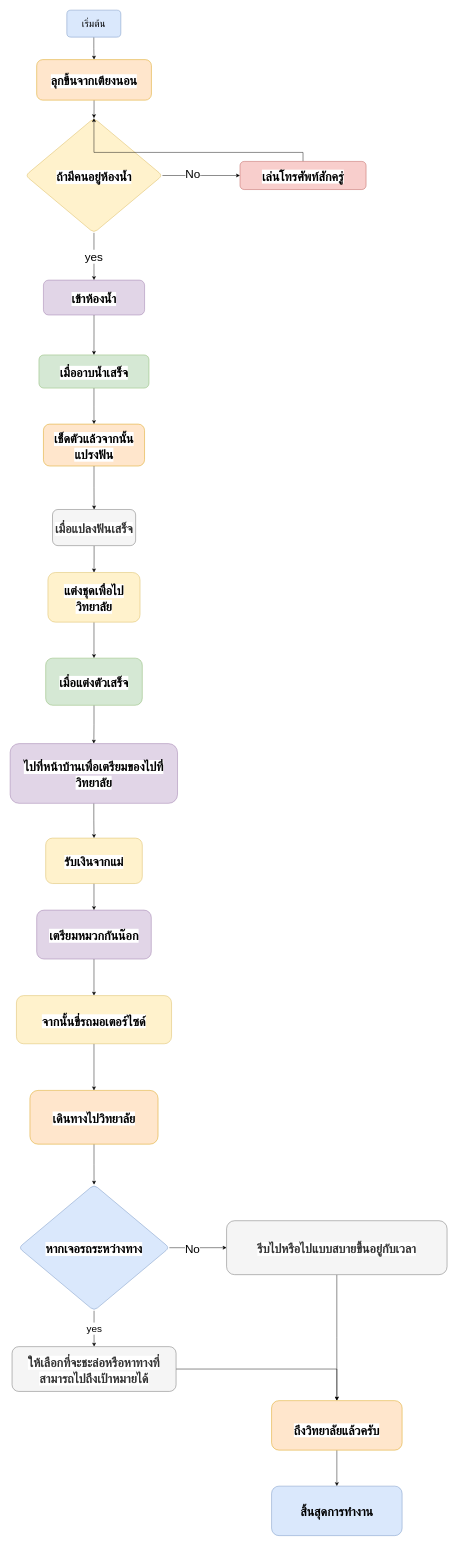
Before: กิจกรรมที่1.drawio in yauyau-codercamp/Natawat_Renusin, a draw.io diagram. Source tidied: cells renumbered, new cells numbered last; positions are measured from the earlier drawing's top-left corner, leaving out a move shared by most shapes. Both pictures are drawn from the tidied source at 45%, with x=0, y=0 at pixel (10, 10).
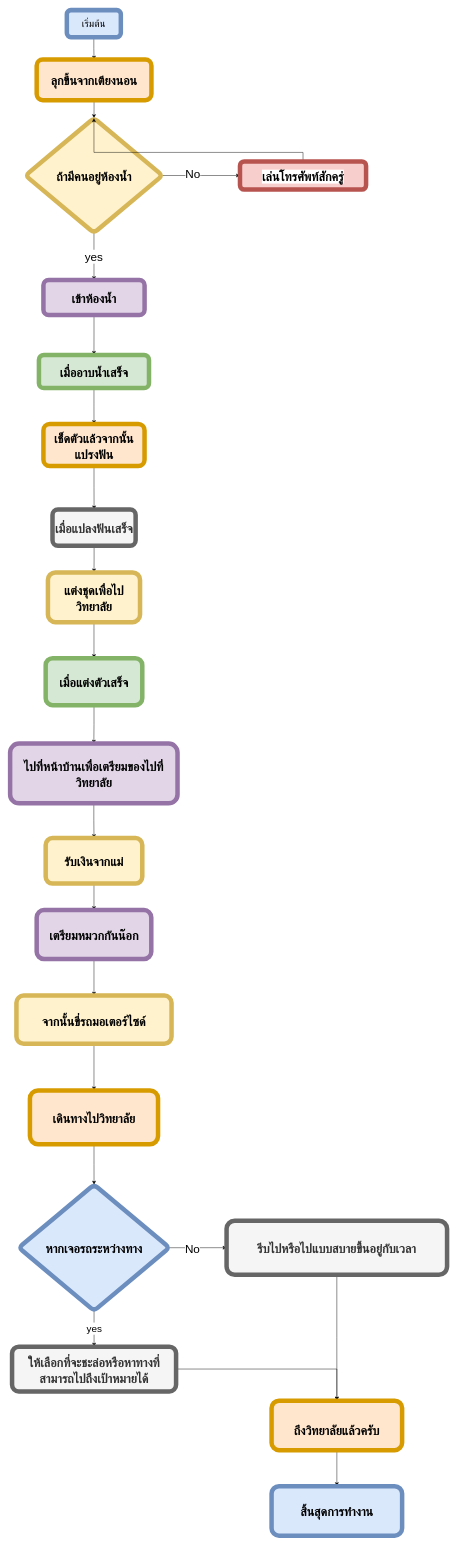
After the change.

The edit, as a diff of the source:
```diff
@@
-    <mxCell id="3" value="&lt;font style=&quot;font-size: 22px;&quot;&gt;เริ่มต้น&lt;/font&gt;" style="rounded=1;whiteSpace=wrap;html=1;fillColor=#dae8fc;strokeColor=#6c8ebf;" parent="1" vertex="1">
+    <mxCell id="3" value="&lt;font style=&quot;font-size: 22px;&quot;&gt;เริ่มต้น&lt;/font&gt;" style="rounded=1;whiteSpace=wrap;html=1;fillColor=#dae8fc;strokeColor=#6c8ebf;strokeWidth=10;" parent="1" vertex="1">
       <mxGeometry x="126" width="120" height="60" as="geometry" />
     </mxCell>
@@
-    <mxCell id="5" value="&lt;h3 style=&quot;box-sizing: border-box; margin-top: 24px; margin-bottom: 16px; font-size: 1.25em; font-weight: var(--base-text-weight-semibold, 600); line-height: 1.25; text-align: start;&quot; dir=&quot;auto&quot;&gt;&lt;span style=&quot;background-color: rgb(255, 255, 255);&quot;&gt;ลุกขึ้นจากเตียงนอน&lt;/span&gt;&lt;/h3&gt;" style="whiteSpace=wrap;html=1;rounded=1;fontSize=22;fillColor=#ffe6cc;strokeColor=#d79b00;" parent="1" vertex="1">
+    <mxCell id="5" value="&lt;h3 style=&quot;box-sizing: border-box; margin-top: 24px; margin-bottom: 16px; font-size: 1.25em; font-weight: var(--base-text-weight-semibold, 600); line-height: 1.25; text-align: start;&quot; dir=&quot;auto&quot;&gt;ลุกขึ้นจากเตียงนอน&lt;/h3&gt;" style="whiteSpace=wrap;html=1;rounded=1;fontSize=22;fillColor=#ffe6cc;strokeColor=#d79b00;strokeWidth=10;" parent="1" vertex="1">
       <mxGeometry x="59" y="110" width="255" height="90" as="geometry" />
     </mxCell>
@@
-    <mxCell id="9" value="&lt;h3 style=&quot;box-sizing: border-box; margin-top: 24px; margin-bottom: 16px; font-size: 1.25em; font-weight: var(--base-text-weight-semibold, 600); line-height: 1.25; text-align: start;&quot; dir=&quot;auto&quot;&gt;&lt;span style=&quot;background-color: rgb(255, 255, 255);&quot;&gt;ถ้ามีคนอยู่ห้องน้ำ&lt;/span&gt;&lt;/h3&gt;" style="rhombus;whiteSpace=wrap;html=1;fontSize=22;rounded=1;fillColor=#fff2cc;strokeColor=#d6b656;" parent="1" vertex="1">
+    <mxCell id="9" value="&lt;h3 style=&quot;box-sizing: border-box; margin-top: 24px; margin-bottom: 16px; font-size: 1.25em; font-weight: var(--base-text-weight-semibold, 600); line-height: 1.25; text-align: start;&quot; dir=&quot;auto&quot;&gt;ถ้ามีคนอยู่ห้องน้ำ&lt;/h3&gt;" style="rhombus;whiteSpace=wrap;html=1;fontSize=22;rounded=1;fillColor=#fff2cc;strokeColor=#d6b656;strokeWidth=10;" parent="1" vertex="1">
       <mxGeometry x="34" y="240" width="304.5" height="255" as="geometry" />
     </mxCell>
@@
-    <mxCell id="11" value="&lt;h3 style=&quot;box-sizing: border-box; margin-top: 24px; margin-bottom: 16px; font-size: 1.25em; font-weight: var(--base-text-weight-semibold, 600); line-height: 1.25; text-align: start;&quot; dir=&quot;auto&quot;&gt;&lt;span style=&quot;background-color: rgb(255, 255, 255);&quot;&gt;เข้าห้องน้ำ&lt;/span&gt;&lt;/h3&gt;" style="whiteSpace=wrap;html=1;fontSize=22;rounded=1;fillColor=#e1d5e7;strokeColor=#9673a6;" parent="1" vertex="1">
+    <mxCell id="11" value="&lt;h3 style=&quot;box-sizing: border-box; margin-top: 24px; margin-bottom: 16px; font-size: 1.25em; font-weight: var(--base-text-weight-semibold, 600); line-height: 1.25; text-align: start;&quot; dir=&quot;auto&quot;&gt;เข้าห้องน้ำ&lt;/h3&gt;" style="whiteSpace=wrap;html=1;fontSize=22;rounded=1;fillColor=#e1d5e7;strokeColor=#9673a6;strokeWidth=10;" parent="1" vertex="1">
       <mxGeometry x="74" y="600" width="224.8" height="77.5" as="geometry" />
     </mxCell>
@@
-    <mxCell id="13" value="&lt;h3 style=&quot;box-sizing: border-box; margin-top: 24px; margin-bottom: 16px; font-size: 1.25em; font-weight: var(--base-text-weight-semibold, 600); line-height: 1.25; text-align: start;&quot; dir=&quot;auto&quot;&gt;&lt;span style=&quot;background-color: rgb(255, 255, 255);&quot;&gt;เล่นโทรศัพท์สักครู่&lt;/span&gt;&lt;/h3&gt;" style="whiteSpace=wrap;html=1;fontSize=22;rounded=1;fillColor=#f8cecc;strokeColor=#b85450;" parent="1" vertex="1">
+    <mxCell id="13" value="&lt;h3 style=&quot;box-sizing: border-box; margin-top: 24px; margin-bottom: 16px; font-size: 1.25em; font-weight: var(--base-text-weight-semibold, 600); line-height: 1.25; text-align: start;&quot; dir=&quot;auto&quot;&gt;&lt;span style=&quot;background-color: rgb(255, 255, 255);&quot;&gt;เล่นโทรศัพท์สักครู่&lt;/span&gt;&lt;/h3&gt;" style="whiteSpace=wrap;html=1;fontSize=22;rounded=1;fillColor=#f8cecc;strokeColor=#b85450;strokeWidth=10;" parent="1" vertex="1">
       <mxGeometry x="510.8" y="336.2" width="280.2" height="62.5" as="geometry" />
     </mxCell>
@@
-    <mxCell id="15" value="&lt;h3 style=&quot;box-sizing: border-box; margin-top: 24px; margin-bottom: 16px; font-size: 1.25em; font-weight: var(--base-text-weight-semibold, 600); line-height: 1.25; text-align: start;&quot; dir=&quot;auto&quot;&gt;&lt;span style=&quot;background-color: rgb(255, 255, 255);&quot;&gt;เมื่ออาบน้ำเสร็จ&lt;/span&gt;&lt;/h3&gt;" style="whiteSpace=wrap;html=1;fontSize=22;rounded=1;fillColor=#d5e8d4;strokeColor=#82b366;" parent="1" vertex="1">
+    <mxCell id="15" value="&lt;h3 style=&quot;box-sizing: border-box; margin-top: 24px; margin-bottom: 16px; font-size: 1.25em; font-weight: var(--base-text-weight-semibold, 600); line-height: 1.25; text-align: start;&quot; dir=&quot;auto&quot;&gt;เมื่ออาบน้ำเสร็จ&lt;/h3&gt;" style="whiteSpace=wrap;html=1;fontSize=22;rounded=1;fillColor=#d5e8d4;strokeColor=#82b366;strokeWidth=10;" parent="1" vertex="1">
       <mxGeometry x="64" y="766.2" width="244.6" height="73.8" as="geometry" />
     </mxCell>
@@
-    <mxCell id="17" value="&lt;h3 style=&quot;box-sizing: border-box; margin-top: 24px; margin-bottom: 16px; font-size: 1.25em; font-weight: var(--base-text-weight-semibold, 600); line-height: 1.25;&quot; dir=&quot;auto&quot;&gt;&lt;span style=&quot;background-color: rgb(255, 255, 255);&quot;&gt;เช็ดตัวแล้วจากนั้นแปรงฟัน&lt;/span&gt;&lt;/h3&gt;" style="whiteSpace=wrap;html=1;fontSize=22;rounded=1;align=center;fillColor=#ffe6cc;strokeColor=#d79b00;" parent="1" vertex="1">
+    <mxCell id="17" value="&lt;h3 style=&quot;box-sizing: border-box; margin-top: 24px; margin-bottom: 16px; font-size: 1.25em; font-weight: var(--base-text-weight-semibold, 600); line-height: 1.25;&quot; dir=&quot;auto&quot;&gt;เช็ดตัวแล้วจากนั้นแปรงฟัน&lt;/h3&gt;" style="whiteSpace=wrap;html=1;fontSize=22;rounded=1;align=center;fillColor=#ffe6cc;strokeColor=#d79b00;strokeWidth=10;" parent="1" vertex="1">
       <mxGeometry x="74" y="920" width="224.7" height="93.1" as="geometry" />
     </mxCell>
@@
-    <mxCell id="19" value="&lt;h3 style=&quot;box-sizing: border-box; margin-top: 24px; margin-bottom: 16px; font-size: 1.25em; font-weight: var(--base-text-weight-semibold, 600); line-height: 1.25;&quot; dir=&quot;auto&quot;&gt;&lt;span style=&quot;background-color: rgb(255, 255, 255);&quot;&gt;เมื่อแปลงฟันเสร็จ&lt;/span&gt;&lt;/h3&gt;" style="whiteSpace=wrap;html=1;fontSize=22;rounded=1;align=center;fillColor=#f5f5f5;fontColor=#333333;strokeColor=#666666;" parent="1" vertex="1">
+    <mxCell id="19" value="&lt;h3 style=&quot;box-sizing: border-box; margin-top: 24px; margin-bottom: 16px; font-size: 1.25em; font-weight: var(--base-text-weight-semibold, 600); line-height: 1.25;&quot; dir=&quot;auto&quot;&gt;เมื่อแปลงฟันเสร็จ&lt;/h3&gt;" style="whiteSpace=wrap;html=1;fontSize=22;rounded=1;align=center;fillColor=#f5f5f5;fontColor=#333333;strokeColor=#666666;strokeWidth=10;" parent="1" vertex="1">
       <mxGeometry x="94.2" y="1109.7" width="184.7" height="80.3" as="geometry" />
     </mxCell>
@@
-    <mxCell id="21" value="&lt;h3 style=&quot;box-sizing: border-box; margin-top: 24px; margin-bottom: 16px; font-size: 1.25em; font-weight: var(--base-text-weight-semibold, 600); line-height: 1.25;&quot; dir=&quot;auto&quot;&gt;&lt;span style=&quot;background-color: rgb(255, 255, 255);&quot;&gt;แต่งชุดเพื่อไปวิทยาลัย&lt;/span&gt;&lt;/h3&gt;" style="whiteSpace=wrap;html=1;fontSize=22;rounded=1;align=center;fillColor=#fff2cc;strokeColor=#d6b656;" parent="1" vertex="1">
+    <mxCell id="21" value="&lt;h3 style=&quot;box-sizing: border-box; margin-top: 24px; margin-bottom: 16px; font-size: 1.25em; font-weight: var(--base-text-weight-semibold, 600); line-height: 1.25;&quot; dir=&quot;auto&quot;&gt;แต่งชุดเพื่อไปวิทยาลัย&lt;/h3&gt;" style="whiteSpace=wrap;html=1;fontSize=22;rounded=1;align=center;fillColor=#fff2cc;strokeColor=#d6b656;strokeWidth=10;" parent="1" vertex="1">
       <mxGeometry x="84" y="1249.7" width="204.7" height="110.3" as="geometry" />
     </mxCell>
@@
-    <mxCell id="23" value="&lt;h3 style=&quot;box-sizing: border-box; margin-top: 24px; margin-bottom: 16px; font-size: 1.25em; font-weight: var(--base-text-weight-semibold, 600); line-height: 1.25; text-align: start;&quot; dir=&quot;auto&quot;&gt;&lt;span style=&quot;background-color: rgb(255, 255, 255);&quot;&gt;เมื่อแต่งตัวเสร็จ&lt;/span&gt;&lt;/h3&gt;" style="whiteSpace=wrap;html=1;fontSize=22;rounded=1;fillColor=#d5e8d4;strokeColor=#82b366;" parent="1" vertex="1">
+    <mxCell id="23" value="&lt;h3 style=&quot;box-sizing: border-box; margin-top: 24px; margin-bottom: 16px; font-size: 1.25em; font-weight: var(--base-text-weight-semibold, 600); line-height: 1.25; text-align: start;&quot; dir=&quot;auto&quot;&gt;เมื่อแต่งตัวเสร็จ&lt;/h3&gt;" style="whiteSpace=wrap;html=1;fontSize=22;rounded=1;fillColor=#d5e8d4;strokeColor=#82b366;strokeWidth=10;" parent="1" vertex="1">
       <mxGeometry x="79" y="1440" width="214.7" height="104.8" as="geometry" />
     </mxCell>
@@
-    <mxCell id="25" value="&lt;h3 style=&quot;box-sizing: border-box; margin-top: 24px; margin-bottom: 16px; font-size: 1.25em; font-weight: var(--base-text-weight-semibold, 600); line-height: 1.25;&quot; dir=&quot;auto&quot;&gt;&lt;span style=&quot;background-color: rgb(255, 255, 255);&quot;&gt;ไปที่หน้าบ้านเพื่อเตรียมของไปที่วิทยาลัย&lt;/span&gt;&lt;/h3&gt;" style="whiteSpace=wrap;html=1;fontSize=22;rounded=1;align=center;fillColor=#e1d5e7;strokeColor=#9673a6;" parent="1" vertex="1">
+    <mxCell id="25" value="&lt;h3 style=&quot;box-sizing: border-box; margin-top: 24px; margin-bottom: 16px; font-size: 1.25em; font-weight: var(--base-text-weight-semibold, 600); line-height: 1.25;&quot; dir=&quot;auto&quot;&gt;ไปที่หน้าบ้านเพื่อเตรียมของไปที่วิทยาลัย&lt;/h3&gt;" style="whiteSpace=wrap;html=1;fontSize=22;rounded=1;align=center;fillColor=#e1d5e7;strokeColor=#9673a6;strokeWidth=10;" parent="1" vertex="1">
       <mxGeometry y="1630" width="372" height="132.7" as="geometry" />
     </mxCell>
@@
-    <mxCell id="27" value="&lt;h3 style=&quot;box-sizing: border-box; margin-top: 24px; margin-bottom: 16px; font-size: 1.25em; font-weight: var(--base-text-weight-semibold, 600); line-height: 1.25; text-align: start;&quot; dir=&quot;auto&quot;&gt;&lt;span style=&quot;background-color: rgb(255, 255, 255);&quot;&gt;รับเงินจากแม่&lt;/span&gt;&lt;/h3&gt;" style="whiteSpace=wrap;html=1;fontSize=22;rounded=1;fillColor=#fff2cc;strokeColor=#d6b656;" parent="1" vertex="1">
+    <mxCell id="27" value="&lt;h3 style=&quot;box-sizing: border-box; margin-top: 24px; margin-bottom: 16px; font-size: 1.25em; font-weight: var(--base-text-weight-semibold, 600); line-height: 1.25; text-align: start;&quot; dir=&quot;auto&quot;&gt;รับเงินจากแม่&lt;/h3&gt;" style="whiteSpace=wrap;html=1;fontSize=22;rounded=1;fillColor=#fff2cc;strokeColor=#d6b656;strokeWidth=10;" parent="1" vertex="1">
       <mxGeometry x="79" y="1840" width="214.7" height="100.9" as="geometry" />
     </mxCell>
@@
-    <mxCell id="29" value="&lt;h3 style=&quot;box-sizing: border-box; margin-top: 24px; margin-bottom: 16px; font-size: 1.25em; font-weight: var(--base-text-weight-semibold, 600); line-height: 1.25; text-align: start;&quot; dir=&quot;auto&quot;&gt;&lt;span style=&quot;background-color: rgb(255, 255, 255);&quot;&gt;เตรียมหมวกกันน๊อก&lt;/span&gt;&lt;/h3&gt;" style="whiteSpace=wrap;html=1;fontSize=22;rounded=1;fillColor=#e1d5e7;strokeColor=#9673a6;" parent="1" vertex="1">
+    <mxCell id="29" value="&lt;h3 style=&quot;box-sizing: border-box; margin-top: 24px; margin-bottom: 16px; font-size: 1.25em; font-weight: var(--base-text-weight-semibold, 600); line-height: 1.25; text-align: start;&quot; dir=&quot;auto&quot;&gt;เตรียมหมวกกันน๊อก&lt;/h3&gt;" style="whiteSpace=wrap;html=1;fontSize=22;rounded=1;fillColor=#e1d5e7;strokeColor=#9673a6;strokeWidth=10;" parent="1" vertex="1">
       <mxGeometry x="59" y="2000" width="254.7" height="108.7" as="geometry" />
     </mxCell>
@@
-    <mxCell id="31" value="&lt;h3 style=&quot;box-sizing: border-box; margin-top: 24px; margin-bottom: 16px; font-size: 1.25em; font-weight: var(--base-text-weight-semibold, 600); line-height: 1.25; text-align: start;&quot; dir=&quot;auto&quot;&gt;&lt;span style=&quot;background-color: rgb(255, 255, 255);&quot;&gt;จากนั้นขี่รถมอเตอร์ไซด์&lt;/span&gt;&lt;/h3&gt;" style="whiteSpace=wrap;html=1;fontSize=22;rounded=1;fillColor=#fff2cc;strokeColor=#d6b656;" parent="1" vertex="1">
+    <mxCell id="31" value="&lt;h3 style=&quot;box-sizing: border-box; margin-top: 24px; margin-bottom: 16px; font-size: 1.25em; font-weight: var(--base-text-weight-semibold, 600); line-height: 1.25; text-align: start;&quot; dir=&quot;auto&quot;&gt;จากนั้นขี่รถมอเตอร์ไซด์&lt;/h3&gt;" style="whiteSpace=wrap;html=1;fontSize=22;rounded=1;fillColor=#fff2cc;strokeColor=#d6b656;strokeWidth=10;" parent="1" vertex="1">
       <mxGeometry x="14" y="2190" width="344.7" height="107" as="geometry" />
     </mxCell>
@@
-    <mxCell id="33" value="&lt;h3 style=&quot;box-sizing: border-box; margin-top: 24px; margin-bottom: 16px; font-size: 1.25em; font-weight: var(--base-text-weight-semibold, 600); line-height: 1.25; text-align: start;&quot; dir=&quot;auto&quot;&gt;&lt;span style=&quot;background-color: rgb(255, 255, 255);&quot;&gt;เดินทางไปวิทยาลัย&lt;/span&gt;&lt;/h3&gt;" style="whiteSpace=wrap;html=1;fontSize=22;rounded=1;fillColor=#ffe6cc;strokeColor=#d79b00;" parent="1" vertex="1">
+    <mxCell id="33" value="&lt;h3 style=&quot;box-sizing: border-box; margin-top: 24px; margin-bottom: 16px; font-size: 1.25em; font-weight: var(--base-text-weight-semibold, 600); line-height: 1.25; text-align: start;&quot; dir=&quot;auto&quot;&gt;เดินทางไปวิทยาลัย&lt;/h3&gt;" style="whiteSpace=wrap;html=1;fontSize=22;rounded=1;fillColor=#ffe6cc;strokeColor=#d79b00;strokeWidth=10;" parent="1" vertex="1">
       <mxGeometry x="44" y="2400.6" width="284.7" height="119.5" as="geometry" />
     </mxCell>
@@
-    <mxCell id="37" value="&lt;h3 style=&quot;box-sizing: border-box; margin-top: 24px; margin-bottom: 16px; font-size: 1.25em; font-weight: var(--base-text-weight-semibold, 600); line-height: 1.25; text-align: start;&quot; dir=&quot;auto&quot;&gt;&lt;span style=&quot;background-color: rgb(255, 255, 255);&quot;&gt;หากเจอรถระหว่างทาง&lt;/span&gt;&lt;/h3&gt;" style="rhombus;whiteSpace=wrap;html=1;fontSize=22;rounded=1;fillColor=#dae8fc;strokeColor=#6c8ebf;" parent="1" vertex="1">
+    <mxCell id="37" value="&lt;h3 style=&quot;box-sizing: border-box; margin-top: 24px; margin-bottom: 16px; font-size: 1.25em; font-weight: var(--base-text-weight-semibold, 600); line-height: 1.25; text-align: start;&quot; dir=&quot;auto&quot;&gt;หากเจอรถระหว่างทาง&lt;/h3&gt;" style="rhombus;whiteSpace=wrap;html=1;fontSize=22;rounded=1;fillColor=#dae8fc;strokeColor=#6c8ebf;strokeWidth=10;" parent="1" vertex="1">
       <mxGeometry x="19.2" y="2610" width="334.7" height="280.3" as="geometry" />
     </mxCell>
@@
-    <mxCell id="39" value="&lt;h3 style=&quot;box-sizing: border-box; margin-top: 24px; margin-bottom: 16px; font-size: 1.25em; font-weight: var(--base-text-weight-semibold, 600); line-height: 1.25; text-align: start;&quot; dir=&quot;auto&quot;&gt;&lt;span style=&quot;background-color: rgb(255, 255, 255);&quot;&gt;รีบไปหรือไปแบบสบายขึ้นอยู่กับเวลา&lt;/span&gt;&lt;/h3&gt;" style="whiteSpace=wrap;html=1;fontSize=22;rounded=1;fillColor=#f5f5f5;fontColor=#333333;strokeColor=#666666;" parent="1" vertex="1">
+    <mxCell id="39" value="&lt;h3 style=&quot;box-sizing: border-box; margin-top: 24px; margin-bottom: 16px; font-size: 1.25em; font-weight: var(--base-text-weight-semibold, 600); line-height: 1.25; text-align: start;&quot; dir=&quot;auto&quot;&gt;รีบไปหรือไปแบบสบายขึ้นอยู่กับเวลา&lt;/h3&gt;" style="whiteSpace=wrap;html=1;fontSize=22;rounded=1;fillColor=#f5f5f5;fontColor=#333333;strokeColor=#666666;strokeWidth=10;" parent="1" vertex="1">
       <mxGeometry x="481" y="2690.2" width="490" height="119.9" as="geometry" />
     </mxCell>
@@
-    <mxCell id="41" value="&lt;h3 style=&quot;box-sizing: border-box; margin-top: 24px; margin-bottom: 16px; font-size: 1.25em; font-weight: var(--base-text-weight-semibold, 600); line-height: 1.25;&quot; dir=&quot;auto&quot;&gt;&lt;span style=&quot;background-color: rgb(255, 255, 255);&quot;&gt;ให้เลือกที่จะชะล่อหรือหาทางที่สามารถไปถึงเป้าหมายได้&lt;/span&gt;&lt;/h3&gt;" style="whiteSpace=wrap;html=1;fontSize=22;rounded=1;align=center;fillColor=#f5f5f5;fontColor=#333333;strokeColor=#666666;" parent="1" vertex="1">
+    <mxCell id="41" value="&lt;h3 style=&quot;box-sizing: border-box; margin-top: 24px; margin-bottom: 16px; font-size: 1.25em; font-weight: var(--base-text-weight-semibold, 600); line-height: 1.25;&quot; dir=&quot;auto&quot;&gt;ให้เลือกที่จะชะล่อหรือหาทางที่สามารถไปถึงเป้าหมายได้&lt;/h3&gt;" style="whiteSpace=wrap;html=1;fontSize=22;rounded=1;align=center;fillColor=#f5f5f5;fontColor=#333333;strokeColor=#666666;strokeWidth=10;" parent="1" vertex="1">
       <mxGeometry x="4.3" y="2970" width="364.5" height="99.6" as="geometry" />
     </mxCell>
@@
-    <mxCell id="43" value="&lt;h3 style=&quot;box-sizing: border-box; margin-top: 24px; font-size: 1.25em; font-weight: var(--base-text-weight-semibold, 600); line-height: 1.25; text-align: start; margin-bottom: 0px !important;&quot; dir=&quot;auto&quot;&gt;&lt;span style=&quot;background-color: rgb(255, 255, 255);&quot;&gt;ถึงวิทยาลัยแล้วครับ&lt;/span&gt;&lt;/h3&gt;" style="whiteSpace=wrap;html=1;fontSize=22;rounded=1;fillColor=#ffe6cc;strokeColor=#d79b00;" parent="1" vertex="1">
+    <mxCell id="43" value="&lt;h3 style=&quot;box-sizing: border-box; margin-top: 24px; font-size: 1.25em; font-weight: var(--base-text-weight-semibold, 600); line-height: 1.25; text-align: start; margin-bottom: 0px !important;&quot; dir=&quot;auto&quot;&gt;ถึงวิทยาลัยแล้วครับ&lt;/h3&gt;" style="whiteSpace=wrap;html=1;fontSize=22;rounded=1;fillColor=#ffe6cc;strokeColor=#d79b00;strokeWidth=10;" parent="1" vertex="1">
       <mxGeometry x="581" y="3090" width="290.1" height="110" as="geometry" />
     </mxCell>
-    <mxCell id="44" value="&lt;h3 style=&quot;box-sizing: border-box; margin-top: 24px; margin-bottom: 16px; font-size: 1.25em; font-weight: var(--base-text-weight-semibold, 600); line-height: 1.25; text-align: start;&quot; dir=&quot;auto&quot;&gt;สิ้นสุดการทำงาน&lt;/h3&gt;" style="whiteSpace=wrap;html=1;fontSize=22;rounded=1;fillColor=#dae8fc;strokeColor=#6c8ebf;" parent="1" vertex="1">
+    <mxCell id="44" value="&lt;h3 style=&quot;box-sizing: border-box; margin-top: 24px; margin-bottom: 16px; font-size: 1.25em; font-weight: var(--base-text-weight-semibold, 600); line-height: 1.25; text-align: start;&quot; dir=&quot;auto&quot;&gt;สิ้นสุดการทำงาน&lt;/h3&gt;" style="whiteSpace=wrap;html=1;fontSize=22;rounded=1;fillColor=#dae8fc;strokeColor=#6c8ebf;strokeWidth=10;" parent="1" vertex="1">
       <mxGeometry x="581" y="3280" width="290.1" height="110" as="geometry" />
     </mxCell>
```
